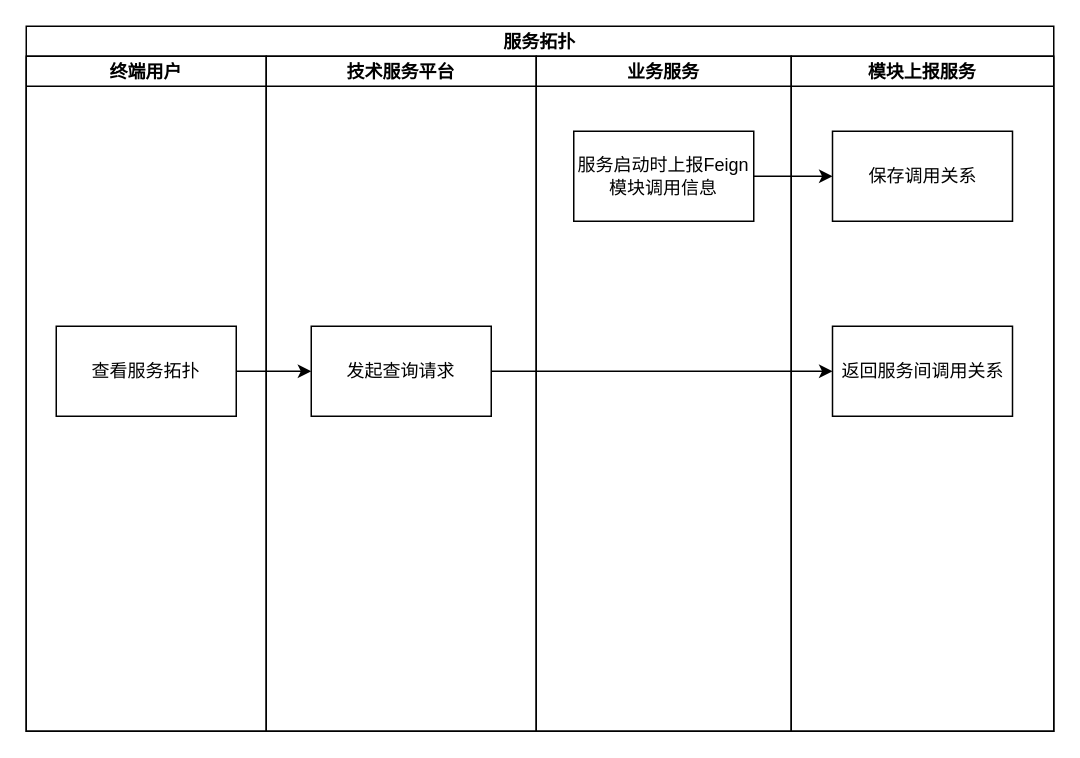
Above: im/IM-framework-admin-service-topo.drawio in novayoung/draw (draw.io), before the change. Source tidied: cells renumbered, new cells numbered last; positions are measured from the earlier drawing's top-left corner, leaving out a move shared by most shapes. Both pictures are drawn from the tidied source at 150%, with x=0, y=0 at pixel (26, 26).
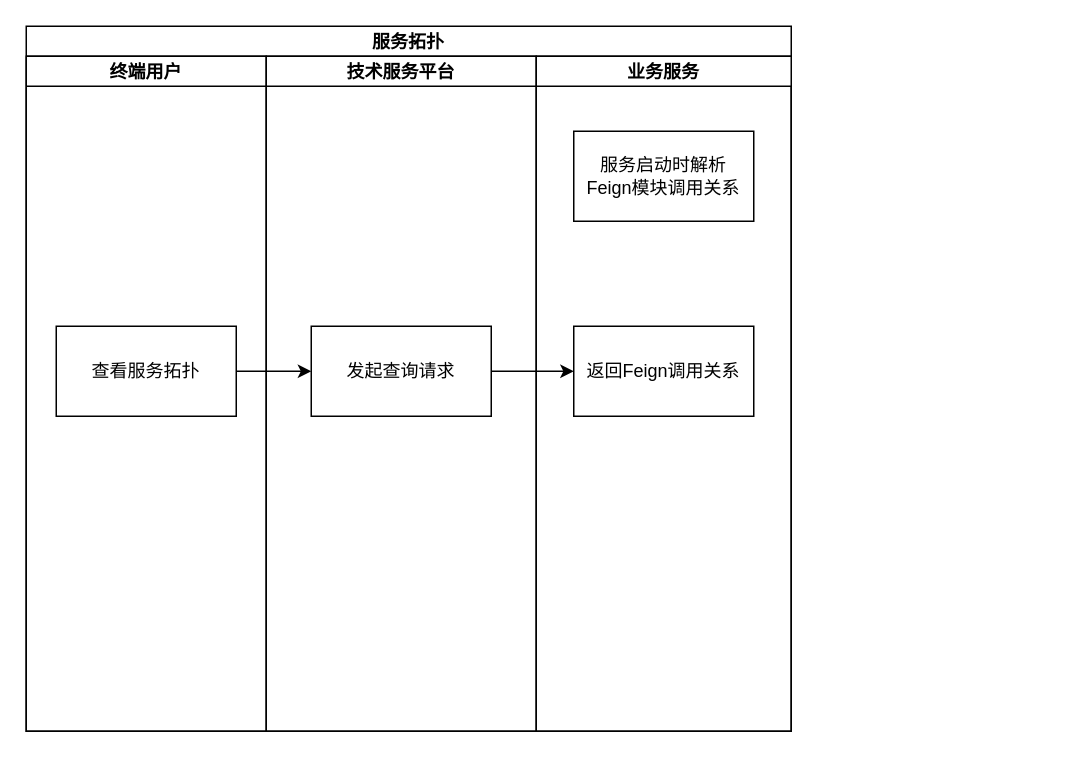
Above is the later version.

What changed in the source:
```diff
@@
 <mxGraphModel>
   <root>
     <mxCell id="0" />
     <mxCell id="1" parent="0" />
     <mxCell id="2" value="服务拓扑" style="swimlane;startSize=20;" parent="1" vertex="1">
-      <mxGeometry width="685" height="470" as="geometry" />
+      <mxGeometry width="510" height="470" as="geometry" />
     </mxCell>
     <mxCell id="3" value="终端用户" style="swimlane;startSize=20;" parent="2" vertex="1">
       <mxGeometry y="20" width="160" height="450" as="geometry" />
     </mxCell>
     <mxCell id="4" value="查看服务拓扑" style="rounded=0;whiteSpace=wrap;html=1;" parent="3" vertex="1">
       <mxGeometry x="20" y="180" width="120" height="60" as="geometry" />
     </mxCell>
     <mxCell id="5" value="技术服务平台" style="swimlane;startSize=20;" parent="2" vertex="1">
       <mxGeometry x="160" y="20" width="180" height="450" as="geometry" />
     </mxCell>
     <mxCell id="6" value="发起查询请求" style="whiteSpace=wrap;html=1;rounded=0;" parent="5" vertex="1">
       <mxGeometry x="30" y="180" width="120" height="60" as="geometry" />
     </mxCell>
     <mxCell id="7" value="业务服务" style="swimlane;startSize=20;" parent="2" vertex="1">
       <mxGeometry x="340" y="20" width="170" height="450" as="geometry" />
     </mxCell>
-    <mxCell id="8" value="服务启动时上报Feign模块调用信息" style="rounded=0;whiteSpace=wrap;html=1;" parent="7" vertex="1">
+    <mxCell id="8" value="服务启动时解析&lt;br&gt;Feign模块调用关系" style="rounded=0;whiteSpace=wrap;html=1;" parent="7" vertex="1">
       <mxGeometry x="25" y="50" width="120" height="60" as="geometry" />
     </mxCell>
-    <mxCell id="9" value="模块上报服务" style="swimlane;startSize=20;" parent="2" vertex="1">
-      <mxGeometry x="510" y="20" width="175" height="450" as="geometry" />
-    </mxCell>
-    <mxCell id="10" value="保存调用关系" style="whiteSpace=wrap;html=1;rounded=0;" parent="9" vertex="1">
-      <mxGeometry x="27.5" y="50" width="120" height="60" as="geometry" />
-    </mxCell>
-    <mxCell id="11" value="返回服务间调用关系" style="whiteSpace=wrap;html=1;rounded=0;" parent="9" vertex="1">
-      <mxGeometry x="27.5" y="180" width="120" height="60" as="geometry" />
-    </mxCell>
-    <mxCell id="12" style="edgeStyle=orthogonalEdgeStyle;rounded=0;jettySize=auto;html=1;" parent="2" edge="1" source="8" target="10">
-      <mxGeometry relative="1" as="geometry" />
-    </mxCell>
+    <mxCell id="15" value="返回Feign调用关系" style="whiteSpace=wrap;html=1;rounded=0;" parent="7" vertex="1">
+      <mxGeometry x="25" y="180" width="120" height="60" as="geometry" />
+    </mxCell>
     <mxCell id="13" style="edgeStyle=orthogonalEdgeStyle;rounded=0;jettySize=auto;html=1;" parent="2" edge="1" source="4" target="6">
       <mxGeometry relative="1" as="geometry" />
     </mxCell>
-    <mxCell id="14" style="edgeStyle=orthogonalEdgeStyle;rounded=0;jettySize=auto;html=1;" parent="2" edge="1" source="6" target="11">
-      <mxGeometry relative="1" as="geometry" />
-    </mxCell>
+    <mxCell id="16" style="edgeStyle=orthogonalEdgeStyle;rounded=0;jettySize=auto;html=1;" parent="2" edge="1" source="6" target="15">
+      <mxGeometry relative="1" as="geometry" />
+    </mxCell>
   </root>
 </mxGraphModel>
```
